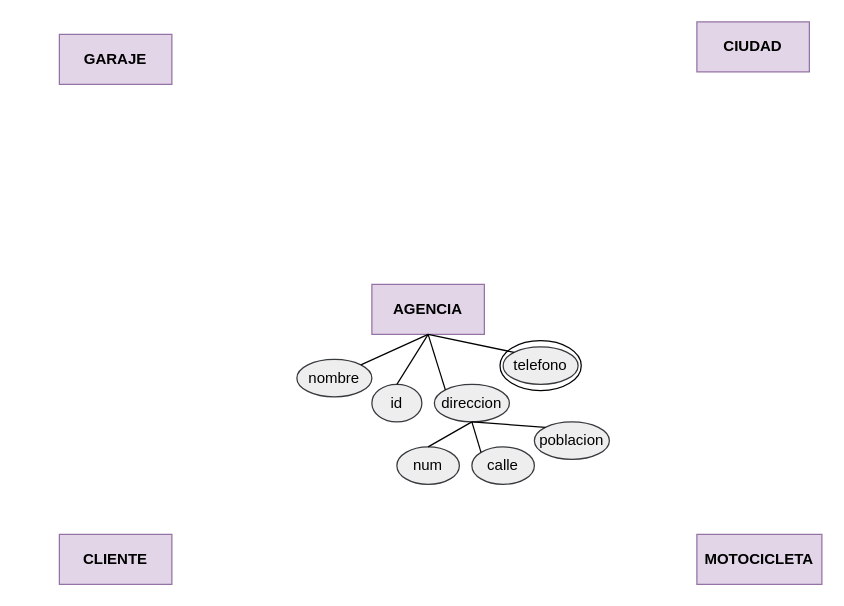
misiomishi/itcj keeps this draw.io diagram as diagrama ER motocicletas TBD.drawio. Above is the earlier version. Source tidied: cells renumbered, new cells numbered last; positions are measured from the earlier drawing's top-left corner, leaving out a move shared by most shapes. Both pictures are drawn from the tidied source at 125%, with x=0, y=0 at pixel (59, 21).
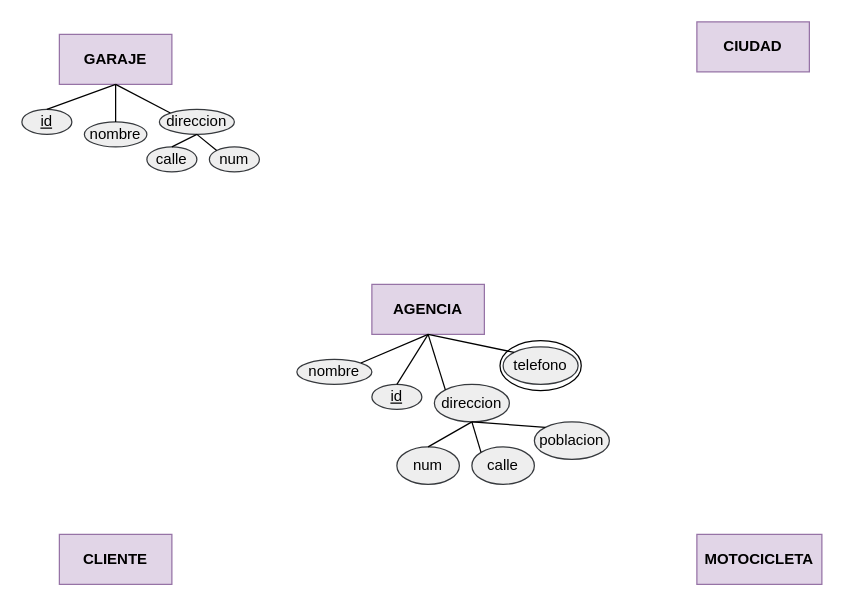
The same diagram, later.

The change refers to these unchanged cells:
```xml
<mxCell id="4" value="GARAJE" style="rounded=0;whiteSpace=wrap;html=1;fillColor=#e1d5e7;strokeColor=#9673a6;fontStyle=1;" parent="1" vertex="1">
  <mxGeometry y="10" width="90" height="40" as="geometry" />
</mxCell>
```

Diff of the diagram source:
```diff
@@
     <mxCell id="7" value="nombre" style="ellipse;whiteSpace=wrap;html=1;fillColor=#eeeeee;strokeColor=#36393d;" parent="1" vertex="1">
-      <mxGeometry x="190" y="270" width="60" height="30" as="geometry" />
+      <mxGeometry x="190" y="270" width="60" height="20" as="geometry" />
     </mxCell>
-    <mxCell id="8" value="id" style="ellipse;whiteSpace=wrap;html=1;fillColor=#eeeeee;strokeColor=#36393d;" parent="1" vertex="1">
-      <mxGeometry x="250" y="290" width="40" height="30" as="geometry" />
+    <mxCell id="8" value="id" style="ellipse;whiteSpace=wrap;html=1;fillColor=#eeeeee;strokeColor=#36393d;fontStyle=4;" parent="1" vertex="1">
+      <mxGeometry x="250" y="290" width="40" height="20" as="geometry" />
     </mxCell>
@@
+    <mxCell id="22" value="id" style="ellipse;whiteSpace=wrap;html=1;fillColor=#eeeeee;strokeColor=#36393d;fontStyle=4;" parent="1" vertex="1">
+      <mxGeometry x="-30" y="70" width="40" height="20" as="geometry" />
+    </mxCell>
+    <mxCell id="23" value="nombre" style="ellipse;whiteSpace=wrap;html=1;fillColor=#eeeeee;strokeColor=#36393d;" parent="1" vertex="1">
+      <mxGeometry x="20" y="80" width="50" height="20" as="geometry" />
+    </mxCell>
+    <mxCell id="24" value="direccion" style="ellipse;whiteSpace=wrap;html=1;fillColor=#eeeeee;strokeColor=#36393d;" parent="1" vertex="1">
+      <mxGeometry x="80" y="70" width="60" height="20" as="geometry" />
+    </mxCell>
+    <mxCell id="25" value="calle" style="ellipse;whiteSpace=wrap;html=1;fillColor=#eeeeee;strokeColor=#36393d;" parent="1" vertex="1">
+      <mxGeometry x="70" y="100" width="40" height="20" as="geometry" />
+    </mxCell>
+    <mxCell id="26" value="num" style="ellipse;whiteSpace=wrap;html=1;fillColor=#eeeeee;strokeColor=#36393d;" parent="1" vertex="1">
+      <mxGeometry x="120" y="100" width="40" height="20" as="geometry" />
+    </mxCell>
+    <mxCell id="27" style="endArrow=none;html=1;rounded=0;entryX=0.5;entryY=1;entryDx=0;entryDy=0;exitX=0.5;exitY=0;exitDx=0;exitDy=0;" parent="1" edge="1" source="22" target="4">
+      <mxGeometry relative="1" as="geometry" />
+    </mxCell>
+    <mxCell id="28" style="endArrow=none;html=1;rounded=0;exitX=0.5;exitY=0;exitDx=0;exitDy=0;entryX=0.5;entryY=1;entryDx=0;entryDy=0;" parent="1" edge="1" source="23" target="4">
+      <mxGeometry relative="1" as="geometry" />
+    </mxCell>
+    <mxCell id="29" style="endArrow=none;html=1;rounded=0;exitX=0;exitY=0;exitDx=0;exitDy=0;entryX=0.5;entryY=1;entryDx=0;entryDy=0;" parent="1" edge="1" source="24" target="4">
+      <mxGeometry relative="1" as="geometry" />
+    </mxCell>
+    <mxCell id="30" style="endArrow=none;html=1;rounded=0;exitX=0.5;exitY=0;exitDx=0;exitDy=0;entryX=0.5;entryY=1;entryDx=0;entryDy=0;" parent="1" edge="1" source="25" target="24">
+      <mxGeometry relative="1" as="geometry" />
+    </mxCell>
+    <mxCell id="31" style="endArrow=none;html=1;rounded=0;exitX=0;exitY=0;exitDx=0;exitDy=0;entryX=0.5;entryY=1;entryDx=0;entryDy=0;" parent="1" edge="1" source="26" target="24">
+      <mxGeometry relative="1" as="geometry" />
+    </mxCell>
```
